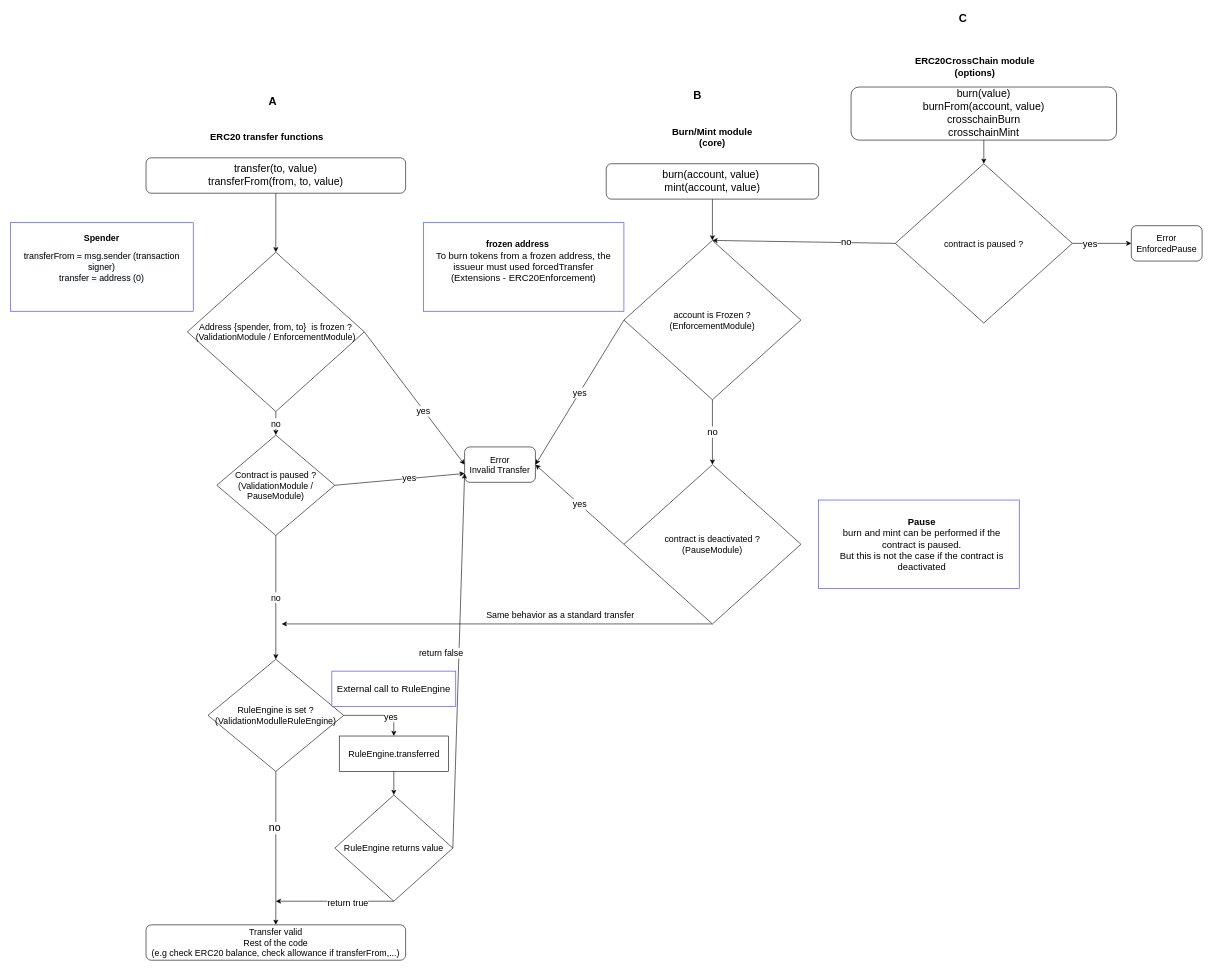
This is page "transfer" (1 of 2) of doc/schema/drawio/transfer_restriction.drawio from CMTA/CMTAT, a draw.io file, before an edit. Source tidied: cells renumbered, new cells numbered last; positions are measured from the earlier drawing's top-left corner, leaving out a move shared by most shapes. Both pictures are drawn from the tidied source at 59%, with x=0, y=0 at pixel (10, 10).
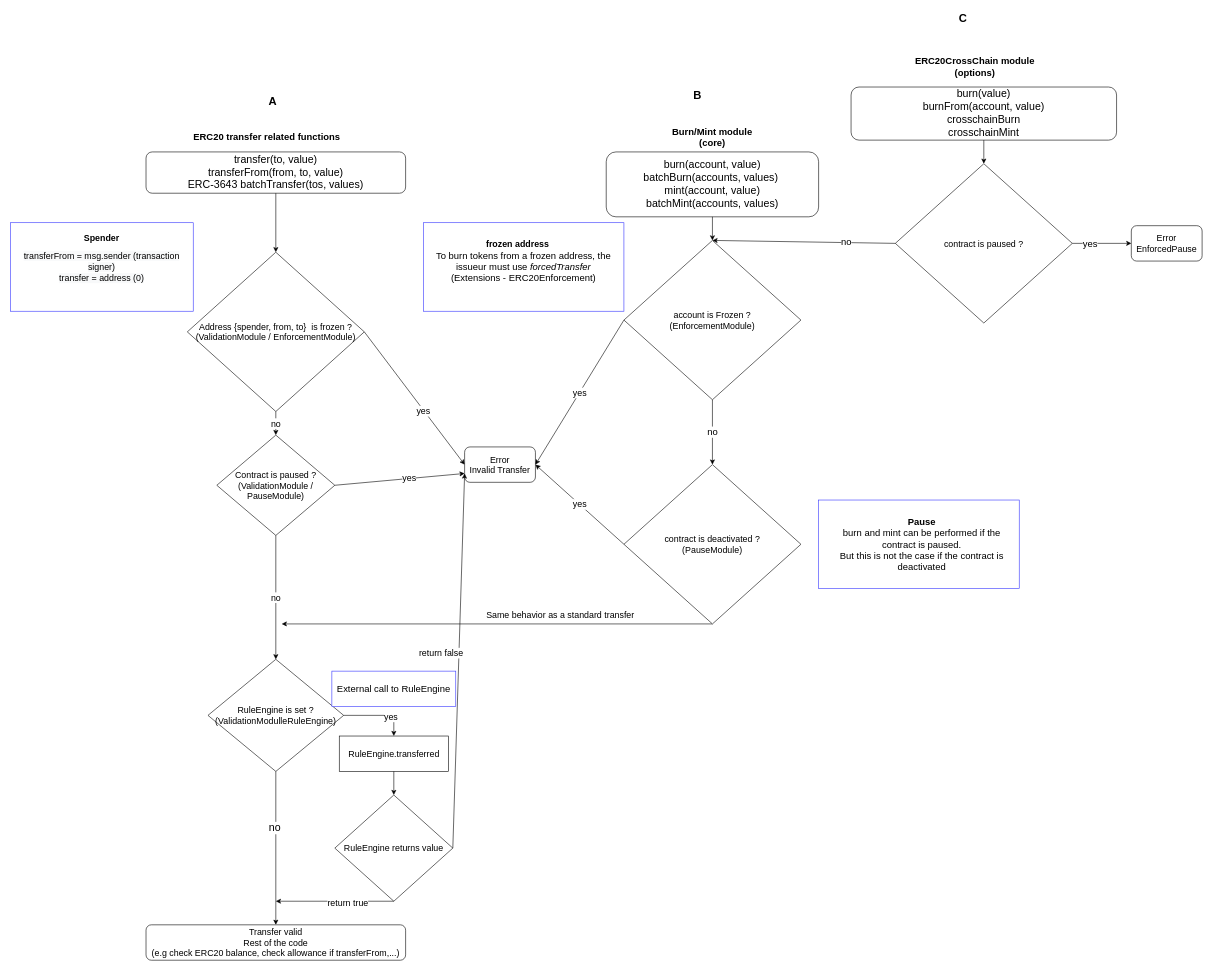
Above is the later version.

The edit, as a diff of the source:
```diff
@@
-    <mxCell id="3" value="transfer(to, value)&lt;br style=&quot;font-size: 18px;&quot;&gt;transferFrom(from, to, value)" style="rounded=1;whiteSpace=wrap;html=1;fontSize=18;" parent="1" vertex="1">
-      <mxGeometry x="230" y="250" width="440" height="60" as="geometry" />
+    <mxCell id="3" value="transfer(to, value)&lt;br style=&quot;font-size: 18px;&quot;&gt;transferFrom(from, to, value)&lt;br&gt;ERC-3643 batchTransfer(tos, values)" style="rounded=1;whiteSpace=wrap;html=1;fontSize=18;" parent="1" vertex="1">
+      <mxGeometry x="230" y="240" width="440" height="70" as="geometry" />
     </mxCell>
@@
-    <mxCell id="25" value="burn(account, value)&amp;nbsp;&lt;br style=&quot;font-size: 18px;&quot;&gt;mint(account, value)" style="rounded=1;whiteSpace=wrap;html=1;fontSize=18;" parent="1" vertex="1">
-      <mxGeometry x="1010" y="260" width="360" height="60" as="geometry" />
+    <mxCell id="25" value="burn(account, value)&lt;br&gt;batchBurn(accounts, values)&amp;nbsp;&lt;br style=&quot;font-size: 18px;&quot;&gt;mint(account, value)&lt;br&gt;batchMint(accounts, values)" style="rounded=1;whiteSpace=wrap;html=1;fontSize=18;" parent="1" vertex="1">
+      <mxGeometry x="1010" y="240" width="360" height="110" as="geometry" />
     </mxCell>
@@
-    <mxCell id="36" value="To burn tokens from a frozen address, the issueur must used forcedTransfer&lt;br&gt;(Extensions - ERC20Enforcement)" style="rounded=0;whiteSpace=wrap;html=1;strokeColor=#3333FF;fontSize=16;" parent="1" vertex="1">
+    <mxCell id="36" value="To burn tokens from a frozen address, the issueur must use &lt;i&gt;forcedTransfer&lt;/i&gt;&lt;br&gt;(Extensions - ERC20Enforcement)" style="rounded=0;whiteSpace=wrap;html=1;strokeColor=#3333FF;fontSize=16;" parent="1" vertex="1">
       <mxGeometry x="700" y="360" width="340" height="150" as="geometry" />
     </mxCell>
@@
-    <mxCell id="51" value="ERC20 transfer functions" style="text;html=1;strokeColor=none;fillColor=none;align=center;verticalAlign=middle;whiteSpace=wrap;rounded=0;fontSize=16;fontStyle=1;" parent="1" vertex="1">
+    <mxCell id="51" value="ERC20 transfer related functions" style="text;html=1;strokeColor=none;fillColor=none;align=center;verticalAlign=middle;whiteSpace=wrap;rounded=0;fontSize=16;fontStyle=1;" parent="1" vertex="1">
       <mxGeometry x="290" y="200" width="290" height="30" as="geometry" />
     </mxCell>
```
